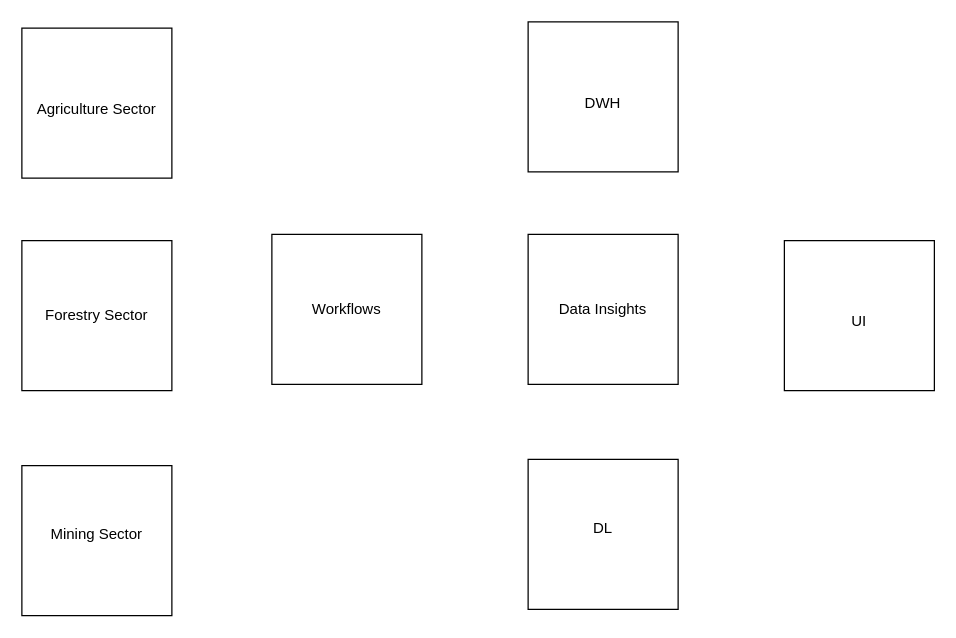
This is utils/Untitled Diagram.drawio from anapitalai/apec, a draw.io file, before an edit. Source tidied: cells renumbered, new cells numbered last; positions are measured from the earlier drawing's top-left corner, leaving out a move shared by most shapes. Both pictures are drawn from the tidied source at 125%, with x=0, y=0 at pixel (21, 21).
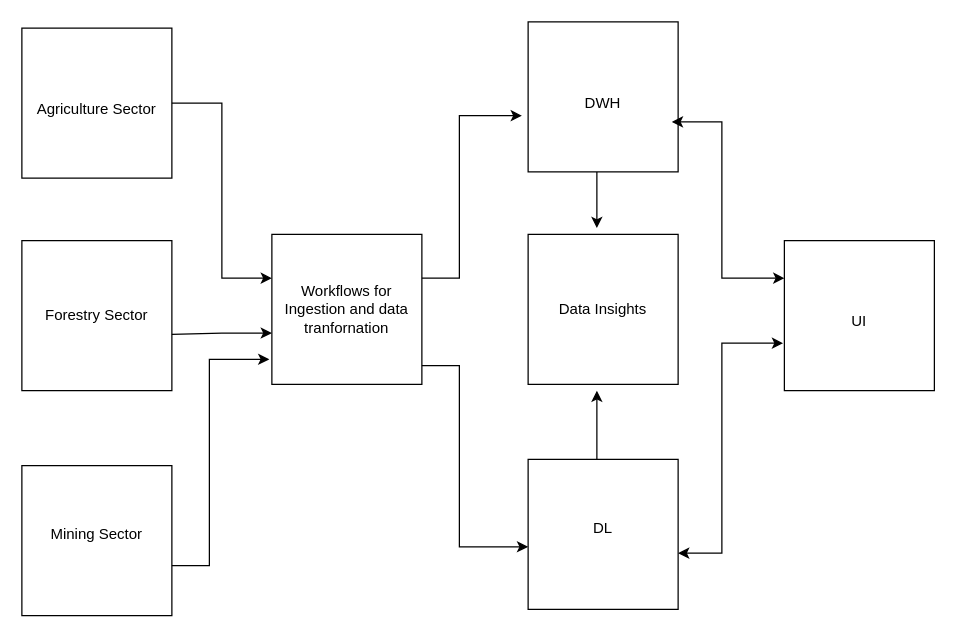
After the change.

Unchanged cells that the change refers to:
```xml
<mxCell id="10" style="whiteSpace=wrap;html=1;" parent="1" vertex="1">
  <mxGeometry x="405" y="350" width="120" height="120" as="geometry" />
</mxCell>
<mxCell id="14" style="whiteSpace=wrap;html=1;" parent="1" vertex="1">
  <mxGeometry x="200" y="170" width="120" height="120" as="geometry" />
</mxCell>
<mxCell id="16" style="whiteSpace=wrap;html=1;" parent="1" vertex="1">
  <mxGeometry x="610" y="175" width="120" height="120" as="geometry" />
</mxCell>
<mxCell id="17" value="UI" style="text;html=1;align=center;verticalAlign=middle;whiteSpace=wrap;rounded=0;" parent="1" vertex="1">
  <mxGeometry x="615" y="205" width="110" height="70" as="geometry" />
</mxCell>
```

What changed in the source:
```diff
@@
-    <mxCell id="15" value="Workflows" style="text;html=1;align=center;verticalAlign=middle;whiteSpace=wrap;rounded=0;" parent="1" vertex="1">
+    <mxCell id="15" value="&lt;div&gt;Workflows for&lt;/div&gt;&lt;div&gt;Ingestion and data tranfornation&lt;br&gt;&lt;/div&gt;" style="text;html=1;align=center;verticalAlign=middle;whiteSpace=wrap;rounded=0;" parent="1" vertex="1">
       <mxGeometry x="205" y="195" width="110" height="70" as="geometry" />
     </mxCell>
@@
+    <mxCell id="18" style="endArrow=classic;html=1;rounded=0;" parent="1" edge="1">
+      <mxGeometry relative="1" as="geometry">
+        <mxPoint x="120" y="65" as="sourcePoint" />
+        <mxPoint x="200" y="205" as="targetPoint" />
+        <Array as="points">
+          <mxPoint x="160" y="65" />
+          <mxPoint x="160" y="205" />
+        </Array>
+      </mxGeometry>
+    </mxCell>
+    <mxCell id="19" style="endArrow=classic;html=1;rounded=0;entryX=-0.017;entryY=0.833;entryDx=0;entryDy=0;entryPerimeter=0;" parent="1" edge="1" target="14">
+      <mxGeometry relative="1" as="geometry">
+        <mxPoint x="120" y="435" as="sourcePoint" />
+        <Array as="points">
+          <mxPoint x="150" y="435" />
+          <mxPoint x="150" y="270" />
+        </Array>
+      </mxGeometry>
+    </mxCell>
+    <mxCell id="20" style="endArrow=classic;html=1;rounded=0;entryX=0;entryY=0.658;entryDx=0;entryDy=0;entryPerimeter=0;" parent="1" edge="1" target="14">
+      <mxGeometry relative="1" as="geometry">
+        <mxPoint x="120" y="250" as="sourcePoint" />
+        <Array as="points">
+          <mxPoint x="160" y="249" />
+        </Array>
+      </mxGeometry>
+    </mxCell>
+    <mxCell id="21" style="endArrow=classic;html=1;rounded=0;" parent="1" edge="1">
+      <mxGeometry relative="1" as="geometry">
+        <mxPoint x="320" y="205" as="sourcePoint" />
+        <mxPoint x="400" y="75" as="targetPoint" />
+        <Array as="points">
+          <mxPoint x="350" y="205" />
+          <mxPoint x="350" y="75" />
+        </Array>
+      </mxGeometry>
+    </mxCell>
+    <mxCell id="22" style="endArrow=classic;html=1;rounded=0;entryX=0;entryY=0.583;entryDx=0;entryDy=0;entryPerimeter=0;" parent="1" edge="1" target="10">
+      <mxGeometry relative="1" as="geometry">
+        <mxPoint x="320" y="275" as="sourcePoint" />
+        <Array as="points">
+          <mxPoint x="350" y="275" />
+          <mxPoint x="350" y="420" />
+        </Array>
+      </mxGeometry>
+    </mxCell>
+    <mxCell id="23" style="endArrow=classic;html=1;rounded=0;" parent="1" edge="1">
+      <mxGeometry relative="1" as="geometry">
+        <mxPoint x="460" y="350" as="sourcePoint" />
+        <mxPoint x="460" y="295" as="targetPoint" />
+      </mxGeometry>
+    </mxCell>
+    <mxCell id="24" style="endArrow=classic;html=1;rounded=0;" parent="1" edge="1">
+      <mxGeometry relative="1" as="geometry">
+        <mxPoint x="460" y="120" as="sourcePoint" />
+        <mxPoint x="460" y="165" as="targetPoint" />
+      </mxGeometry>
+    </mxCell>
+    <mxCell id="25" style="endArrow=classic;startArrow=classic;html=1;rounded=0;entryX=0;entryY=0.25;entryDx=0;entryDy=0;" parent="1" edge="1" target="16">
+      <mxGeometry relative="1" as="geometry">
+        <mxPoint x="520" y="80" as="sourcePoint" />
+        <Array as="points">
+          <mxPoint x="560" y="80" />
+          <mxPoint x="560" y="205" />
+        </Array>
+      </mxGeometry>
+    </mxCell>
+    <mxCell id="26" style="endArrow=classic;startArrow=classic;html=1;rounded=0;entryX=-0.055;entryY=0.743;entryDx=0;entryDy=0;entryPerimeter=0;" parent="1" edge="1" target="17">
+      <mxGeometry relative="1" as="geometry">
+        <mxPoint x="525" y="425" as="sourcePoint" />
+        <Array as="points">
+          <mxPoint x="560" y="425" />
+          <mxPoint x="560" y="257" />
+        </Array>
+      </mxGeometry>
+    </mxCell>
```
